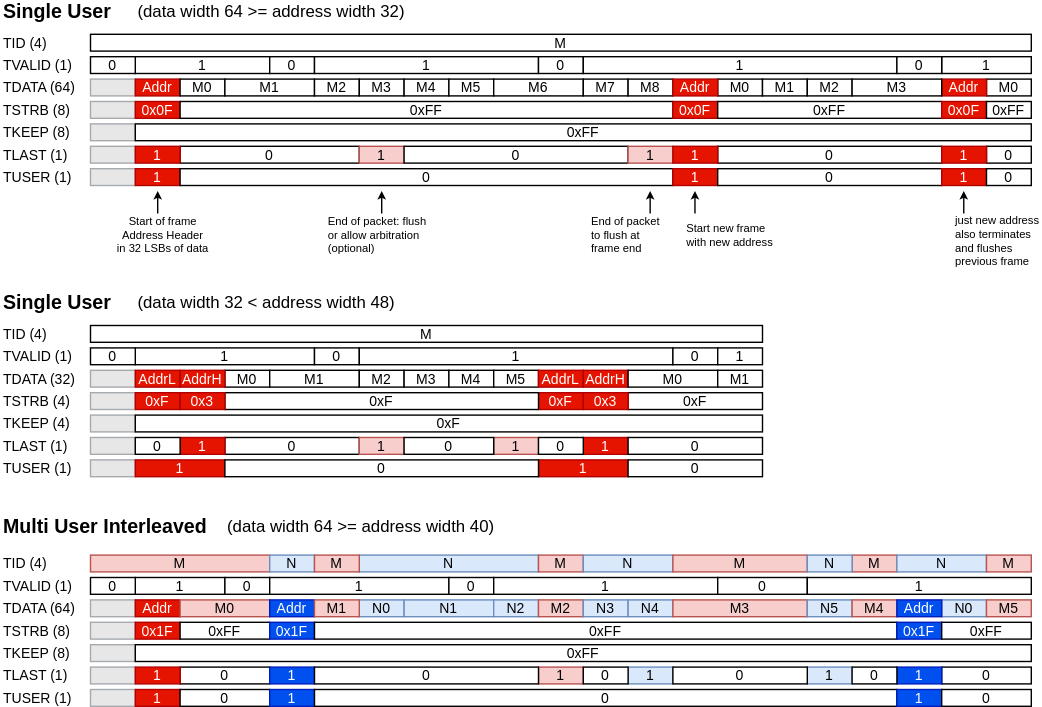
Fixitfetish/fpga_potpourri keeps this draw.io diagram as VHDL/axi4st/figures/address_extension.drawio.svg. Above is the earlier version. Source tidied: cells renumbered, new cells last; positions are measured from the earlier drawing's top-left corner, leaving out a move shared by most shapes.
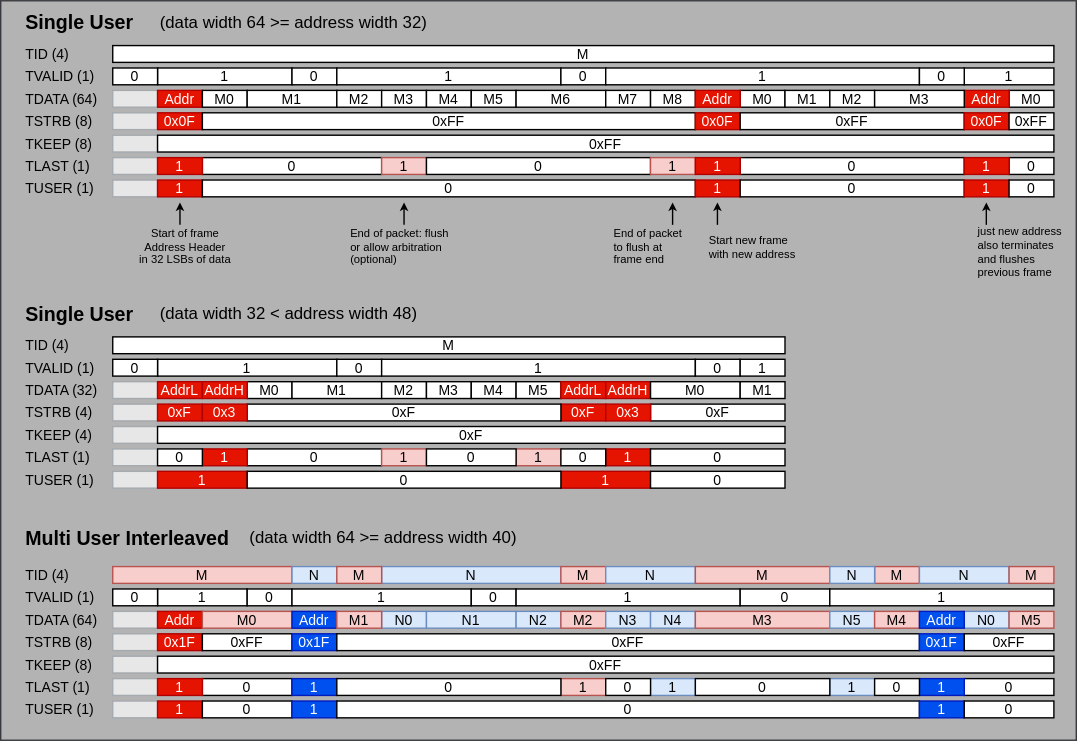
Above is the later version.

Commit message:
make figure dark mode compatible

The edit, as a diff of the source:
```diff
@@ -2,6 +2,9 @@
   <root>
     <mxCell id="0" />
     <mxCell id="1" parent="0" />
+    <mxCell id="201" style="rounded=0;whiteSpace=wrap;html=1;fillColor=#B3B3B3;strokeColor=#36393d;" parent="1" vertex="1">
+      <mxGeometry x="-16" y="-8" width="768" height="528" as="geometry" />
+    </mxCell>
     <mxCell id="2" value="TID (4)" style="text;html=1;strokeColor=none;fillColor=none;align=left;verticalAlign=middle;whiteSpace=wrap;rounded=0;fontSize=10;" parent="1" vertex="1">
       <mxGeometry y="24" width="56" height="12" as="geometry" />
     </mxCell>
```
